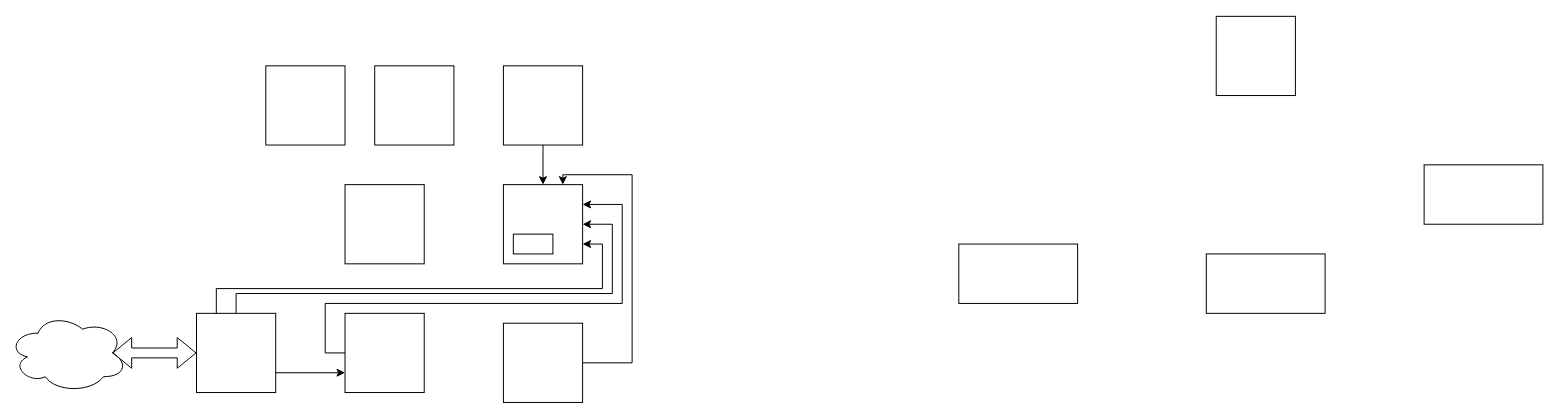
This is Untitled Diagram.drawio from nicolasramy/fuzzy-robot, a draw.io file, before an edit. Source tidied: cells renumbered, new cells numbered last; positions are measured from the earlier drawing's top-left corner, leaving out a move shared by most shapes. Both pictures are drawn from the tidied source at 99%, with x=0, y=0 at pixel (8, 16).
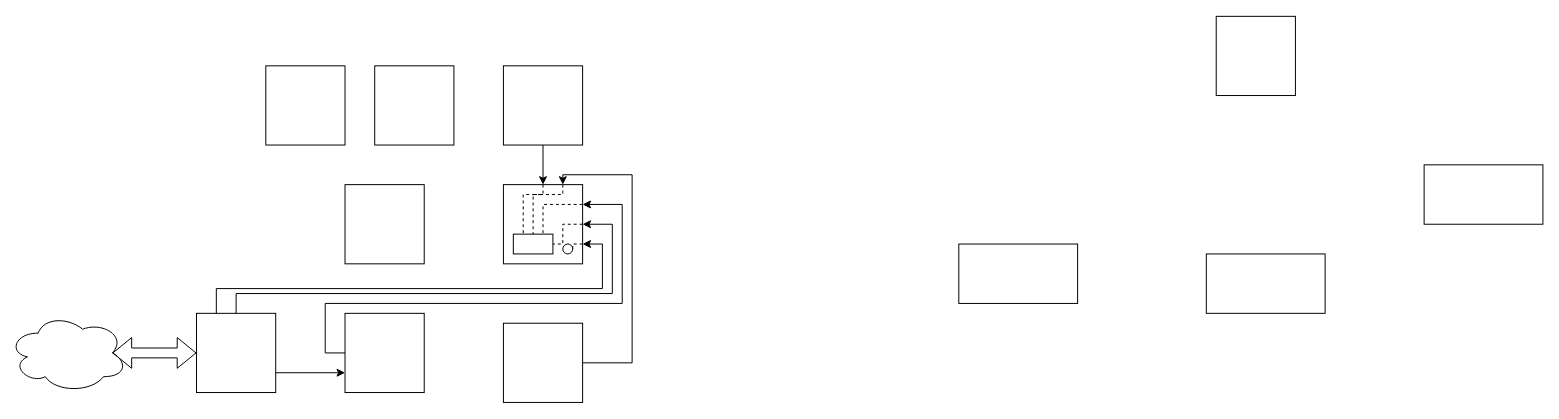
The same diagram, later.

The change refers to these unchanged cells:
```xml
<mxCell id="22" style="rounded=0;whiteSpace=wrap;html=1;" parent="1" vertex="1">
  <mxGeometry x="510" y="220" width="40" height="20" as="geometry" />
</mxCell>
```

The edit, as a diff of the source:
```diff
@@
+    <mxCell id="5" style="whiteSpace=wrap;html=1;" parent="1" vertex="1">
+      <mxGeometry x="500" y="170" width="80" height="80" as="geometry" />
+    </mxCell>
+    <mxCell id="23" style="edgeStyle=orthogonalEdgeStyle;rounded=0;jettySize=auto;html=1;exitX=0.5;exitY=0;exitDx=0;exitDy=0;entryX=0.25;entryY=0;entryDx=0;entryDy=0;dashed=1;endArrow=none;endFill=0;" parent="1" edge="1" source="5" target="22">
+      <mxGeometry relative="1" as="geometry">
+        <Array as="points">
+          <mxPoint x="540" y="180" />
+          <mxPoint x="520" y="180" />
+        </Array>
+      </mxGeometry>
+    </mxCell>
@@
-    <mxCell id="5" style="whiteSpace=wrap;html=1;" parent="1" vertex="1">
-      <mxGeometry x="500" y="170" width="80" height="80" as="geometry" />
-    </mxCell>
+    <mxCell id="24" style="edgeStyle=orthogonalEdgeStyle;rounded=0;jettySize=auto;html=1;exitX=1;exitY=0.75;exitDx=0;exitDy=0;entryX=1;entryY=0.5;entryDx=0;entryDy=0;endArrow=none;endFill=0;dashed=1;" parent="1" edge="1" source="5" target="25">
+      <mxGeometry relative="1" as="geometry" />
+    </mxCell>
@@
+    <mxCell id="25" style="ellipse;whiteSpace=wrap;html=1;" parent="1" vertex="1">
+      <mxGeometry x="560" y="230" width="10" height="10" as="geometry" />
+    </mxCell>
+    <mxCell id="26" style="edgeStyle=orthogonalEdgeStyle;rounded=0;jettySize=auto;html=1;exitX=1;exitY=0.5;exitDx=0;exitDy=0;entryX=1;entryY=0.5;entryDx=0;entryDy=0;endArrow=none;endFill=0;dashed=1;" parent="1" edge="1" source="5" target="22">
+      <mxGeometry relative="1" as="geometry">
+        <Array as="points">
+          <mxPoint x="560" y="210" />
+          <mxPoint x="560" y="230" />
+        </Array>
+      </mxGeometry>
+    </mxCell>
+    <mxCell id="27" style="edgeStyle=orthogonalEdgeStyle;rounded=0;jettySize=auto;html=1;exitX=1;exitY=0.25;exitDx=0;exitDy=0;entryX=0.75;entryY=0;entryDx=0;entryDy=0;endArrow=none;endFill=0;dashed=1;" parent="1" edge="1" source="5" target="22">
+      <mxGeometry relative="1" as="geometry">
+        <Array as="points">
+          <mxPoint x="540" y="190" />
+        </Array>
+      </mxGeometry>
+    </mxCell>
+    <mxCell id="28" style="edgeStyle=orthogonalEdgeStyle;rounded=0;jettySize=auto;html=1;exitX=0.75;exitY=0;exitDx=0;exitDy=0;entryX=0.5;entryY=0;entryDx=0;entryDy=0;dashed=1;endArrow=none;endFill=0;" parent="1" edge="1" source="5" target="22">
+      <mxGeometry relative="1" as="geometry">
+        <Array as="points">
+          <mxPoint x="560" y="180" />
+          <mxPoint x="530" y="180" />
+        </Array>
+      </mxGeometry>
+    </mxCell>
```
